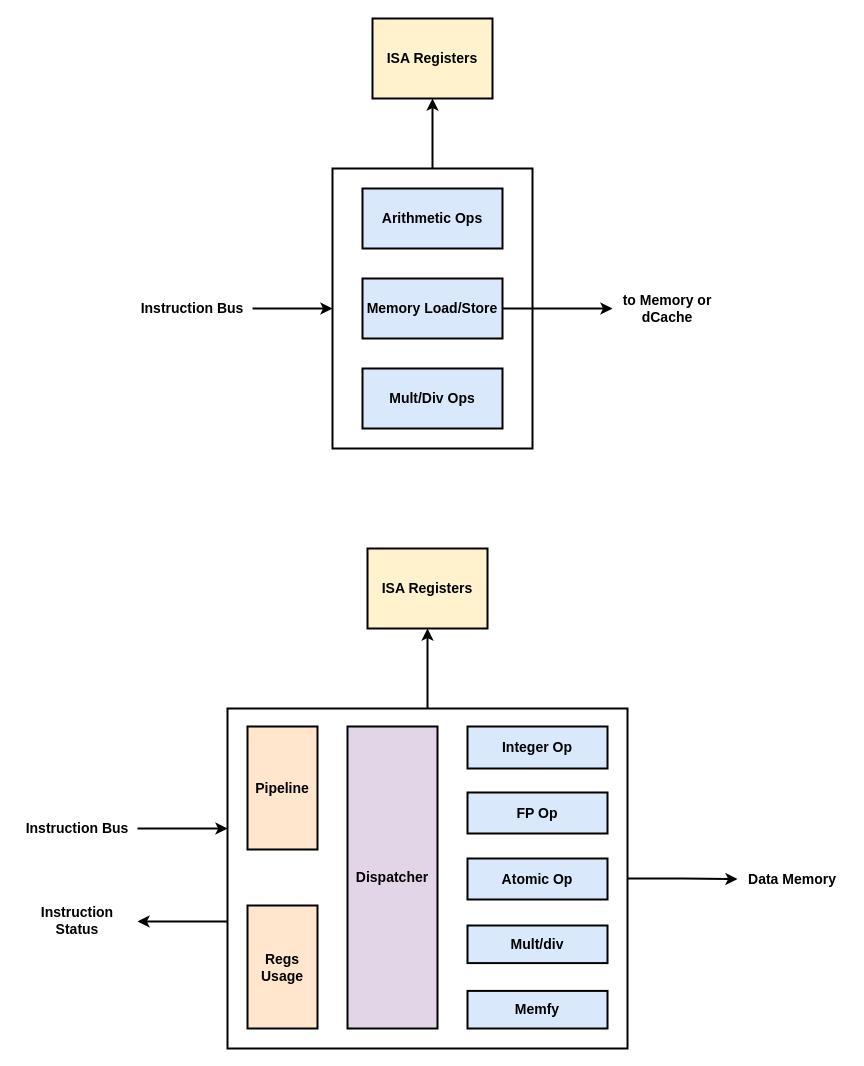
This is page "Processing Unit" (6 of 11) of doc/friscv.drawio from dpretet/friscv, a draw.io file, before an edit. Source tidied: cells renumbered, new cells numbered last; positions are measured from the earlier drawing's top-left corner, leaving out a move shared by most shapes. Both pictures are drawn from the tidied source at 100%, with x=0, y=0 at pixel (17, 18).
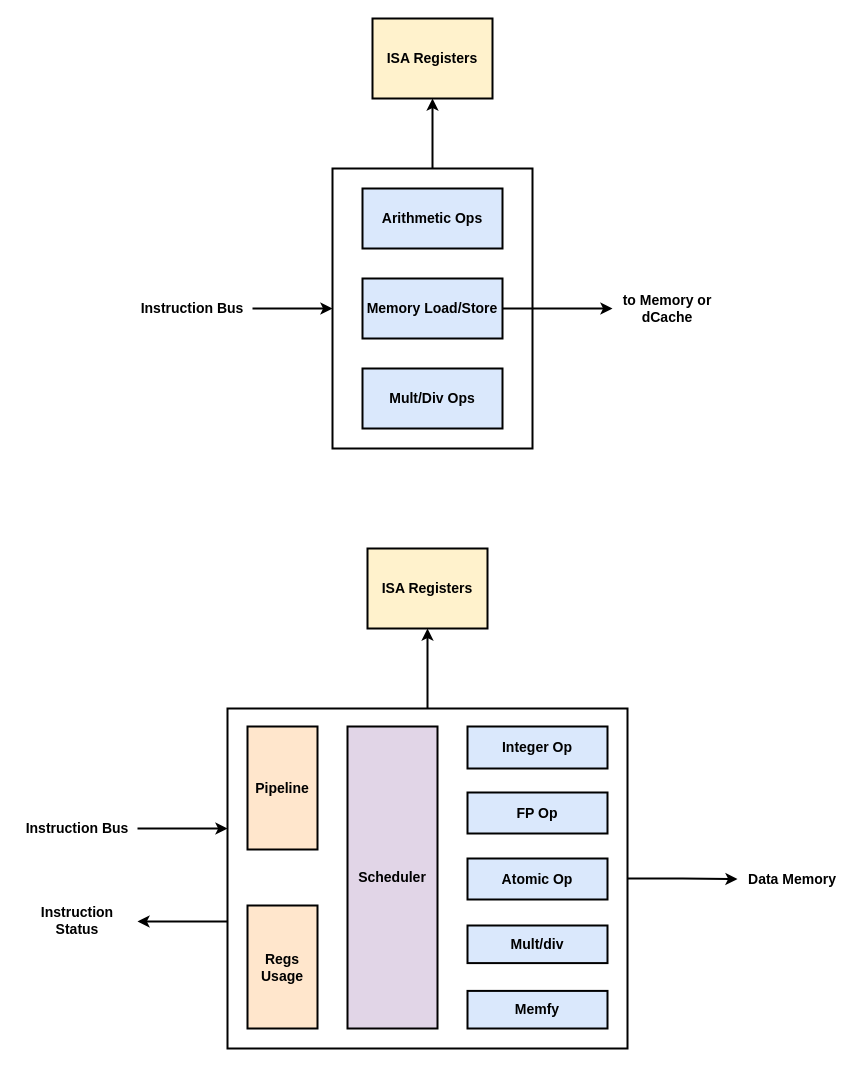
Above is the later version.

Diff of the diagram source:
```diff
@@
-    <mxCell id="18" value="Dispatcher" style="rounded=0;whiteSpace=wrap;html=1;fontSize=14;align=center;fillColor=#e1d5e7;strokeWidth=2;fontStyle=1;" parent="1" vertex="1">
+    <mxCell id="18" value="Scheduler" style="rounded=0;whiteSpace=wrap;html=1;fontSize=14;align=center;fillColor=#e1d5e7;strokeWidth=2;fontStyle=1;" parent="1" vertex="1">
       <mxGeometry x="330" y="708" width="90" height="302" as="geometry" />
     </mxCell>
```
